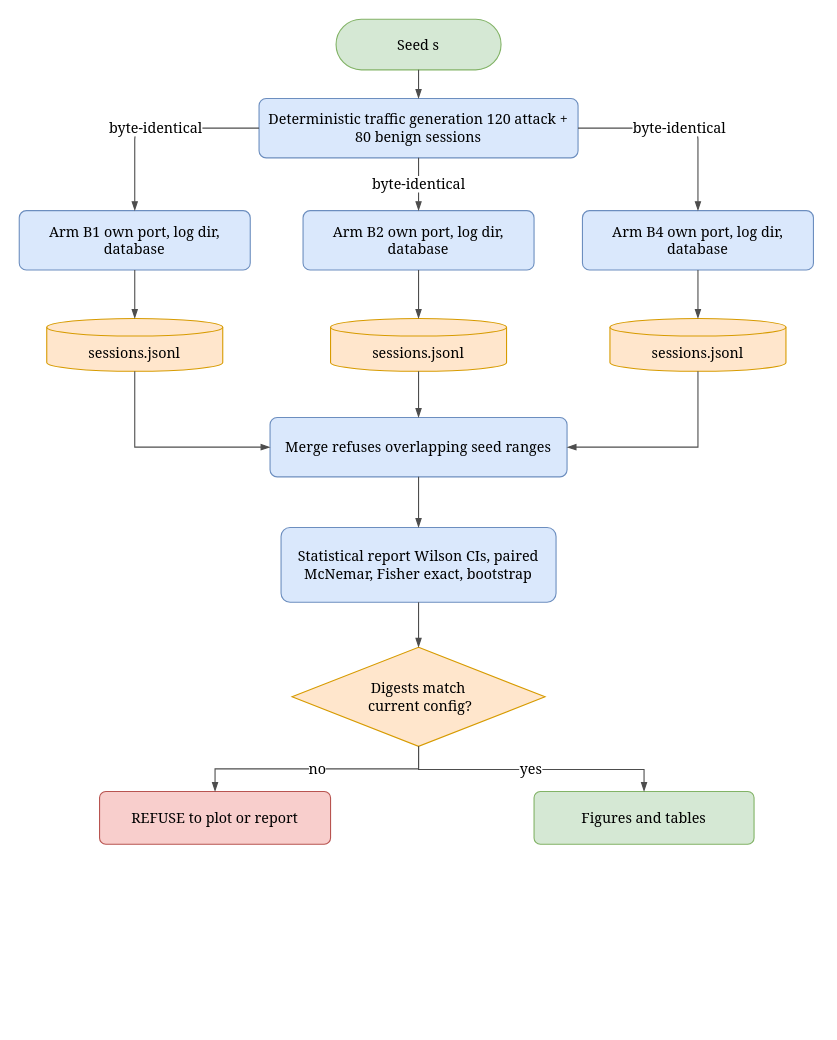
Earlier version of the draw.io diagram writing/diagrams/drawio/fig20-evaluation-harness.drawio (parthkansal823/FinalYearProject-Deception). Source tidied: cells renumbered, new cells numbered last; positions are measured from the earlier drawing's top-left corner, leaving out a move shared by most shapes. Both pictures are drawn from the tidied source at 110%, with x=0, y=0 at pixel (19, 19).
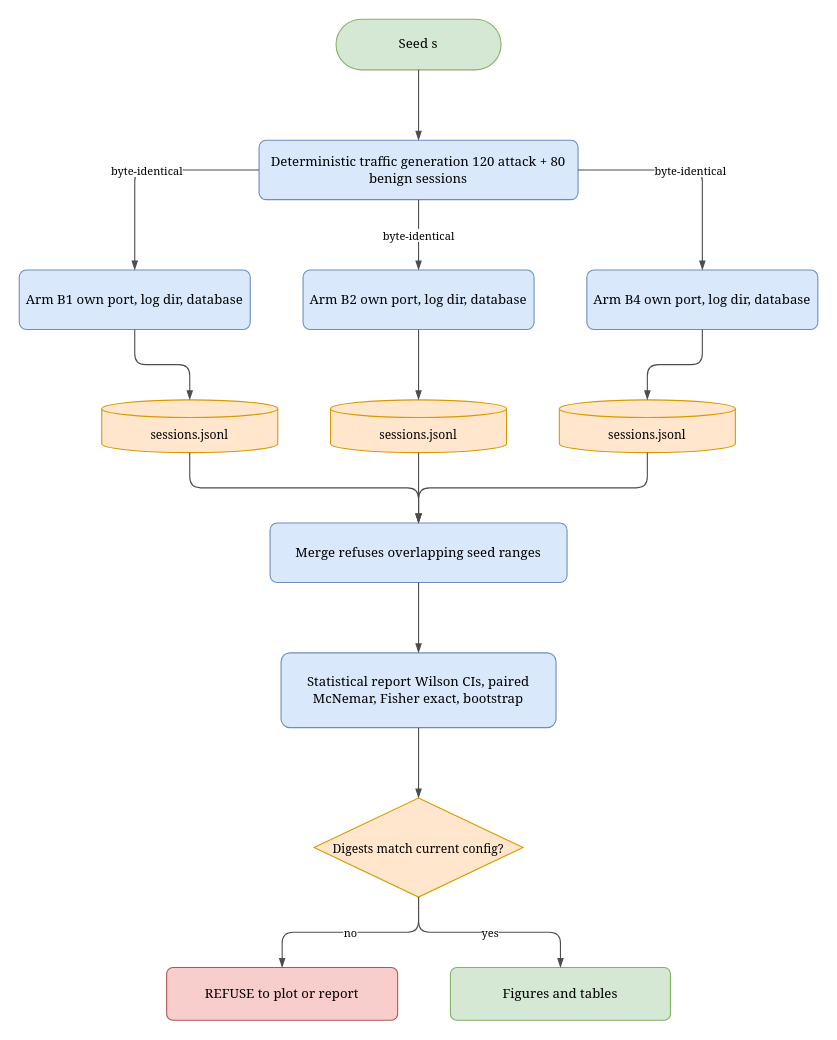
After the change.

The edit, as a diff of the source:
```diff
@@
-    <mxCell id="2" value="Seed s" style="rounded=1;whiteSpace=wrap;html=1;fontFamily=Georgia;fontSize=13;arcSize=50;fillColor=#d5e8d4;strokeColor=#82b366;" parent="1" vertex="1">
+    <mxCell id="2" value="Seed s" style="rounded=1;whiteSpace=wrap;html=1;fontFamily=Georgia;fontSize=12;arcSize=50;fillColor=#d5e8d4;strokeColor=#82b366;" parent="1" vertex="1">
       <mxGeometry x="288" width="150" height="46" as="geometry" />
     </mxCell>
-    <mxCell id="3" value="Deterministic traffic generation 120 attack + &lt;br&gt;80 benign sessions" style="rounded=1;whiteSpace=wrap;html=1;fontFamily=Georgia;fontSize=13;arcSize=12;fillColor=#dae8fc;strokeColor=#6c8ebf;" parent="1" vertex="1">
-      <mxGeometry x="218" y="72" width="290" height="54" as="geometry" />
+    <mxCell id="3" value="Deterministic traffic generation 120 attack + 80 benign sessions" style="rounded=1;whiteSpace=wrap;html=1;fontFamily=Georgia;fontSize=12;arcSize=12;fillColor=#dae8fc;strokeColor=#6c8ebf;" parent="1" vertex="1">
+      <mxGeometry x="218" y="110" width="290" height="54" as="geometry" />
     </mxCell>
-    <mxCell id="4" value="Arm B1 own port, log dir, database" style="rounded=1;whiteSpace=wrap;html=1;fontFamily=Georgia;fontSize=13;arcSize=12;fillColor=#dae8fc;strokeColor=#6c8ebf;" parent="1" vertex="1">
-      <mxGeometry y="174" width="210" height="54" as="geometry" />
+    <mxCell id="4" value="Arm B1 own port, log dir, database" style="rounded=1;whiteSpace=wrap;html=1;fontFamily=Georgia;fontSize=12;arcSize=12;fillColor=#dae8fc;strokeColor=#6c8ebf;" parent="1" vertex="1">
+      <mxGeometry y="228" width="210" height="54" as="geometry" />
     </mxCell>
-    <mxCell id="5" value="Arm B2 own port, log dir, database" style="rounded=1;whiteSpace=wrap;html=1;fontFamily=Georgia;fontSize=13;arcSize=12;fillColor=#dae8fc;strokeColor=#6c8ebf;" parent="1" vertex="1">
-      <mxGeometry x="258" y="174" width="210" height="54" as="geometry" />
+    <mxCell id="5" value="Arm B2 own port, log dir, database" style="rounded=1;whiteSpace=wrap;html=1;fontFamily=Georgia;fontSize=12;arcSize=12;fillColor=#dae8fc;strokeColor=#6c8ebf;" parent="1" vertex="1">
+      <mxGeometry x="258" y="228" width="210" height="54" as="geometry" />
     </mxCell>
-    <mxCell id="6" value="Arm B4 own port, log dir, database" style="rounded=1;whiteSpace=wrap;html=1;fontFamily=Georgia;fontSize=13;arcSize=12;fillColor=#dae8fc;strokeColor=#6c8ebf;" parent="1" vertex="1">
-      <mxGeometry x="512" y="174" width="210" height="54" as="geometry" />
+    <mxCell id="6" value="Arm B4 own port, log dir, database" style="rounded=1;whiteSpace=wrap;html=1;fontFamily=Georgia;fontSize=12;arcSize=12;fillColor=#dae8fc;strokeColor=#6c8ebf;" parent="1" vertex="1">
+      <mxGeometry x="516" y="228" width="210" height="54" as="geometry" />
     </mxCell>
-    <mxCell id="7" value="sessions.jsonl" style="shape=cylinder3;boundedLbl=1;backgroundOutline=1;size=8;whiteSpace=wrap;html=1;fontFamily=Georgia;fontSize=13;fillColor=#ffe6cc;strokeColor=#d79b00;" parent="1" vertex="1">
-      <mxGeometry x="25" y="272" width="160" height="48" as="geometry" />
+    <mxCell id="7" value="sessions.jsonl" style="shape=cylinder3;boundedLbl=1;backgroundOutline=1;size=8;whiteSpace=wrap;html=1;fontFamily=Georgia;fontSize=11;fillColor=#ffe6cc;strokeColor=#d79b00;" parent="1" vertex="1">
+      <mxGeometry x="75" y="346" width="160" height="48" as="geometry" />
     </mxCell>
-    <mxCell id="8" value="sessions.jsonl" style="shape=cylinder3;boundedLbl=1;backgroundOutline=1;size=8;whiteSpace=wrap;html=1;fontFamily=Georgia;fontSize=13;fillColor=#ffe6cc;strokeColor=#d79b00;" parent="1" vertex="1">
-      <mxGeometry x="283" y="272" width="160" height="48" as="geometry" />
+    <mxCell id="8" value="sessions.jsonl" style="shape=cylinder3;boundedLbl=1;backgroundOutline=1;size=8;whiteSpace=wrap;html=1;fontFamily=Georgia;fontSize=11;fillColor=#ffe6cc;strokeColor=#d79b00;" parent="1" vertex="1">
+      <mxGeometry x="283" y="346" width="160" height="48" as="geometry" />
     </mxCell>
-    <mxCell id="9" value="sessions.jsonl" style="shape=cylinder3;boundedLbl=1;backgroundOutline=1;size=8;whiteSpace=wrap;html=1;fontFamily=Georgia;fontSize=13;fillColor=#ffe6cc;strokeColor=#d79b00;" parent="1" vertex="1">
-      <mxGeometry x="537" y="272" width="160" height="48" as="geometry" />
+    <mxCell id="9" value="sessions.jsonl" style="shape=cylinder3;boundedLbl=1;backgroundOutline=1;size=8;whiteSpace=wrap;html=1;fontFamily=Georgia;fontSize=11;fillColor=#ffe6cc;strokeColor=#d79b00;" parent="1" vertex="1">
+      <mxGeometry x="491" y="346" width="160" height="48" as="geometry" />
     </mxCell>
-    <mxCell id="10" value="Merge refuses overlapping seed ranges" style="rounded=1;whiteSpace=wrap;html=1;fontFamily=Georgia;fontSize=13;arcSize=12;fillColor=#dae8fc;strokeColor=#6c8ebf;" parent="1" vertex="1">
-      <mxGeometry x="228" y="362" width="270" height="54" as="geometry" />
+    <mxCell id="10" value="Merge refuses overlapping seed ranges" style="rounded=1;whiteSpace=wrap;html=1;fontFamily=Georgia;fontSize=12;arcSize=12;fillColor=#dae8fc;strokeColor=#6c8ebf;" parent="1" vertex="1">
+      <mxGeometry x="228" y="458" width="270" height="54" as="geometry" />
     </mxCell>
-    <mxCell id="11" value="Statistical report Wilson CIs, paired McNemar, Fisher exact, bootstrap" style="rounded=1;whiteSpace=wrap;html=1;fontFamily=Georgia;fontSize=13;arcSize=12;fillColor=#dae8fc;strokeColor=#6c8ebf;" parent="1" vertex="1">
-      <mxGeometry x="238" y="462" width="250" height="68" as="geometry" />
+    <mxCell id="11" value="Statistical report Wilson CIs, paired McNemar, Fisher exact, bootstrap" style="rounded=1;whiteSpace=wrap;html=1;fontFamily=Georgia;fontSize=12;arcSize=12;fillColor=#dae8fc;strokeColor=#6c8ebf;" parent="1" vertex="1">
+      <mxGeometry x="238" y="576" width="250" height="68" as="geometry" />
     </mxCell>
-    <mxCell id="12" value="Digests match&lt;br&gt;&amp;nbsp;current config?" style="rhombus;whiteSpace=wrap;html=1;fontFamily=Georgia;fontSize=13;fillColor=#ffe6cc;strokeColor=#d79b00;" parent="1" vertex="1">
-      <mxGeometry x="248" y="571" width="230" height="90" as="geometry" />
+    <mxCell id="12" value="Digests match current config?" style="rhombus;whiteSpace=wrap;html=1;fontFamily=Georgia;fontSize=11;fillColor=#ffe6cc;strokeColor=#d79b00;" parent="1" vertex="1">
+      <mxGeometry x="268" y="708" width="190" height="90" as="geometry" />
     </mxCell>
-    <mxCell id="13" value="REFUSE to plot or report" style="rounded=1;whiteSpace=wrap;html=1;fontFamily=Georgia;fontSize=13;arcSize=12;fillColor=#f8cecc;strokeColor=#b85450;" parent="1" vertex="1">
-      <mxGeometry x="73" y="702" width="210" height="48" as="geometry" />
+    <mxCell id="13" value="REFUSE to plot or report" style="rounded=1;whiteSpace=wrap;html=1;fontFamily=Georgia;fontSize=12;arcSize=12;fillColor=#f8cecc;strokeColor=#b85450;" parent="1" vertex="1">
+      <mxGeometry x="134" y="862" width="210" height="48" as="geometry" />
     </mxCell>
-    <mxCell id="14" value="Figures and tables" style="rounded=1;whiteSpace=wrap;html=1;fontFamily=Georgia;fontSize=13;arcSize=12;fillColor=#d5e8d4;strokeColor=#82b366;" parent="1" vertex="1">
-      <mxGeometry x="468" y="702" width="200" height="48" as="geometry" />
+    <mxCell id="14" value="Figures and tables" style="rounded=1;whiteSpace=wrap;html=1;fontFamily=Georgia;fontSize=12;arcSize=12;fillColor=#d5e8d4;strokeColor=#82b366;" parent="1" vertex="1">
+      <mxGeometry x="392" y="862" width="200" height="48" as="geometry" />
     </mxCell>
-    <mxCell id="15" style="edgeStyle=orthogonalEdgeStyle;rounded=1;html=1;jumpStyle=arc;jumpSize=8;fontFamily=Georgia;fontSize=13;strokeColor=#4d4d4d;endArrow=blockThin;endFill=1;" parent="1" edge="1" source="2" target="3">
+    <mxCell id="15" style="edgeStyle=orthogonalEdgeStyle;rounded=1;html=1;jumpStyle=arc;jumpSize=8;fontFamily=Georgia;fontSize=10;strokeColor=#4d4d4d;endArrow=blockThin;endFill=1;labelBackgroundColor=#ffffff;" parent="1" edge="1" source="2" target="3">
       <mxGeometry relative="1" as="geometry" />
     </mxCell>
-    <mxCell id="16" value="byte-identical" style="edgeStyle=orthogonalEdgeStyle;rounded=1;html=1;jumpStyle=arc;jumpSize=8;fontFamily=Georgia;fontSize=13;strokeColor=#4d4d4d;endArrow=blockThin;endFill=1;" parent="1" edge="1" source="3" target="4">
+    <mxCell id="16" value="byte-identical" style="edgeStyle=orthogonalEdgeStyle;rounded=1;html=1;jumpStyle=arc;jumpSize=8;fontFamily=Georgia;fontSize=10;strokeColor=#4d4d4d;endArrow=blockThin;endFill=1;labelBackgroundColor=#ffffff;" parent="1" edge="1" source="3" target="4">
       <mxGeometry relative="1" as="geometry" />
     </mxCell>
-    <mxCell id="17" value="byte-identical" style="edgeStyle=orthogonalEdgeStyle;rounded=1;html=1;jumpStyle=arc;jumpSize=8;fontFamily=Georgia;fontSize=13;strokeColor=#4d4d4d;endArrow=blockThin;endFill=1;" parent="1" edge="1" source="3" target="5">
+    <mxCell id="17" value="byte-identical" style="edgeStyle=orthogonalEdgeStyle;rounded=1;html=1;jumpStyle=arc;jumpSize=8;fontFamily=Georgia;fontSize=10;strokeColor=#4d4d4d;endArrow=blockThin;endFill=1;labelBackgroundColor=#ffffff;" parent="1" edge="1" source="3" target="5">
       <mxGeometry relative="1" as="geometry" />
     </mxCell>
-    <mxCell id="18" value="byte-identical" style="edgeStyle=orthogonalEdgeStyle;rounded=1;html=1;jumpStyle=arc;jumpSize=8;fontFamily=Georgia;fontSize=13;strokeColor=#4d4d4d;endArrow=blockThin;endFill=1;" parent="1" edge="1" source="3" target="6">
+    <mxCell id="18" value="byte-identical" style="edgeStyle=orthogonalEdgeStyle;rounded=1;html=1;jumpStyle=arc;jumpSize=8;fontFamily=Georgia;fontSize=10;strokeColor=#4d4d4d;endArrow=blockThin;endFill=1;labelBackgroundColor=#ffffff;" parent="1" edge="1" source="3" target="6">
       <mxGeometry relative="1" as="geometry" />
     </mxCell>
-    <mxCell id="19" style="edgeStyle=orthogonalEdgeStyle;rounded=1;html=1;jumpStyle=arc;jumpSize=8;fontFamily=Georgia;fontSize=13;strokeColor=#4d4d4d;endArrow=blockThin;endFill=1;" parent="1" edge="1" source="4" target="7">
+    <mxCell id="19" style="edgeStyle=orthogonalEdgeStyle;rounded=1;html=1;jumpStyle=arc;jumpSize=8;fontFamily=Georgia;fontSize=10;strokeColor=#4d4d4d;endArrow=blockThin;endFill=1;labelBackgroundColor=#ffffff;" parent="1" edge="1" source="4" target="7">
       <mxGeometry relative="1" as="geometry" />
     </mxCell>
-    <mxCell id="20" style="edgeStyle=orthogonalEdgeStyle;rounded=1;html=1;jumpStyle=arc;jumpSize=8;fontFamily=Georgia;fontSize=13;strokeColor=#4d4d4d;endArrow=blockThin;endFill=1;" parent="1" edge="1" source="5" target="8">
+    <mxCell id="20" style="edgeStyle=orthogonalEdgeStyle;rounded=1;html=1;jumpStyle=arc;jumpSize=8;fontFamily=Georgia;fontSize=10;strokeColor=#4d4d4d;endArrow=blockThin;endFill=1;labelBackgroundColor=#ffffff;" parent="1" edge="1" source="5" target="8">
       <mxGeometry relative="1" as="geometry" />
     </mxCell>
-    <mxCell id="21" style="edgeStyle=orthogonalEdgeStyle;rounded=1;html=1;jumpStyle=arc;jumpSize=8;fontFamily=Georgia;fontSize=13;strokeColor=#4d4d4d;endArrow=blockThin;endFill=1;" parent="1" edge="1" source="6" target="9">
+    <mxCell id="21" style="edgeStyle=orthogonalEdgeStyle;rounded=1;html=1;jumpStyle=arc;jumpSize=8;fontFamily=Georgia;fontSize=10;strokeColor=#4d4d4d;endArrow=blockThin;endFill=1;labelBackgroundColor=#ffffff;" parent="1" edge="1" source="6" target="9">
       <mxGeometry relative="1" as="geometry" />
     </mxCell>
-    <mxCell id="22" style="edgeStyle=orthogonalEdgeStyle;rounded=0;html=1;jumpStyle=arc;jumpSize=8;fontFamily=Georgia;fontSize=13;strokeColor=#4d4d4d;endArrow=blockThin;endFill=1;entryX=0;entryY=0.5;entryDx=0;entryDy=0;curved=0;" parent="1" edge="1" source="7" target="10">
-      <mxGeometry relative="1" as="geometry">
-        <Array as="points">
-          <mxPoint x="105" y="389" />
-        </Array>
-      </mxGeometry>
+    <mxCell id="22" style="edgeStyle=orthogonalEdgeStyle;rounded=1;html=1;jumpStyle=arc;jumpSize=8;fontFamily=Georgia;fontSize=10;strokeColor=#4d4d4d;endArrow=blockThin;endFill=1;labelBackgroundColor=#ffffff;" parent="1" edge="1" source="7" target="10">
+      <mxGeometry relative="1" as="geometry" />
     </mxCell>
-    <mxCell id="23" style="edgeStyle=orthogonalEdgeStyle;rounded=1;html=1;jumpStyle=arc;jumpSize=8;fontFamily=Georgia;fontSize=13;strokeColor=#4d4d4d;endArrow=blockThin;endFill=1;" parent="1" edge="1" source="8" target="10">
+    <mxCell id="23" style="edgeStyle=orthogonalEdgeStyle;rounded=1;html=1;jumpStyle=arc;jumpSize=8;fontFamily=Georgia;fontSize=10;strokeColor=#4d4d4d;endArrow=blockThin;endFill=1;labelBackgroundColor=#ffffff;" parent="1" edge="1" source="8" target="10">
       <mxGeometry relative="1" as="geometry" />
     </mxCell>
-    <mxCell id="24" style="edgeStyle=orthogonalEdgeStyle;rounded=0;html=1;jumpStyle=arc;jumpSize=8;fontFamily=Georgia;fontSize=13;strokeColor=#4d4d4d;endArrow=blockThin;endFill=1;entryX=1;entryY=0.5;entryDx=0;entryDy=0;curved=0;" parent="1" edge="1" source="9" target="10">
-      <mxGeometry relative="1" as="geometry">
-        <Array as="points">
-          <mxPoint x="617" y="389" />
-        </Array>
-      </mxGeometry>
+    <mxCell id="24" style="edgeStyle=orthogonalEdgeStyle;rounded=1;html=1;jumpStyle=arc;jumpSize=8;fontFamily=Georgia;fontSize=10;strokeColor=#4d4d4d;endArrow=blockThin;endFill=1;labelBackgroundColor=#ffffff;" parent="1" edge="1" source="9" target="10">
+      <mxGeometry relative="1" as="geometry" />
     </mxCell>
-    <mxCell id="25" style="edgeStyle=orthogonalEdgeStyle;rounded=1;html=1;jumpStyle=arc;jumpSize=8;fontFamily=Georgia;fontSize=13;strokeColor=#4d4d4d;endArrow=blockThin;endFill=1;" parent="1" edge="1" source="10" target="11">
+    <mxCell id="25" style="edgeStyle=orthogonalEdgeStyle;rounded=1;html=1;jumpStyle=arc;jumpSize=8;fontFamily=Georgia;fontSize=10;strokeColor=#4d4d4d;endArrow=blockThin;endFill=1;labelBackgroundColor=#ffffff;" parent="1" edge="1" source="10" target="11">
       <mxGeometry relative="1" as="geometry" />
     </mxCell>
-    <mxCell id="26" style="edgeStyle=orthogonalEdgeStyle;rounded=1;html=1;jumpStyle=arc;jumpSize=8;fontFamily=Georgia;fontSize=13;strokeColor=#4d4d4d;endArrow=blockThin;endFill=1;" parent="1" edge="1" source="11" target="12">
+    <mxCell id="26" style="edgeStyle=orthogonalEdgeStyle;rounded=1;html=1;jumpStyle=arc;jumpSize=8;fontFamily=Georgia;fontSize=10;strokeColor=#4d4d4d;endArrow=blockThin;endFill=1;labelBackgroundColor=#ffffff;" parent="1" edge="1" source="11" target="12">
       <mxGeometry relative="1" as="geometry" />
     </mxCell>
-    <mxCell id="27" value="no" style="edgeStyle=orthogonalEdgeStyle;rounded=0;html=1;jumpStyle=arc;jumpSize=8;fontFamily=Georgia;fontSize=13;strokeColor=#4d4d4d;endArrow=blockThin;endFill=1;curved=0;" parent="1" edge="1" source="12" target="13">
+    <mxCell id="27" value="no" style="edgeStyle=orthogonalEdgeStyle;rounded=1;html=1;jumpStyle=arc;jumpSize=8;fontFamily=Georgia;fontSize=10;strokeColor=#4d4d4d;endArrow=blockThin;endFill=1;labelBackgroundColor=#ffffff;" parent="1" edge="1" source="12" target="13">
       <mxGeometry relative="1" as="geometry" />
     </mxCell>
-    <mxCell id="28" value="yes" style="edgeStyle=orthogonalEdgeStyle;rounded=0;html=1;jumpStyle=arc;jumpSize=8;fontFamily=Georgia;fontSize=13;strokeColor=#4d4d4d;endArrow=blockThin;endFill=1;curved=0;" parent="1" edge="1" source="12" target="14">
-      <mxGeometry relative="1" as="geometry">
-        <Array as="points">
-          <mxPoint x="363" y="682" />
-          <mxPoint x="568" y="682" />
-        </Array>
-      </mxGeometry>
+    <mxCell id="28" value="yes" style="edgeStyle=orthogonalEdgeStyle;rounded=1;html=1;jumpStyle=arc;jumpSize=8;fontFamily=Georgia;fontSize=10;strokeColor=#4d4d4d;endArrow=blockThin;endFill=1;labelBackgroundColor=#ffffff;" parent="1" edge="1" source="12" target="14">
+      <mxGeometry relative="1" as="geometry" />
     </mxCell>
```
